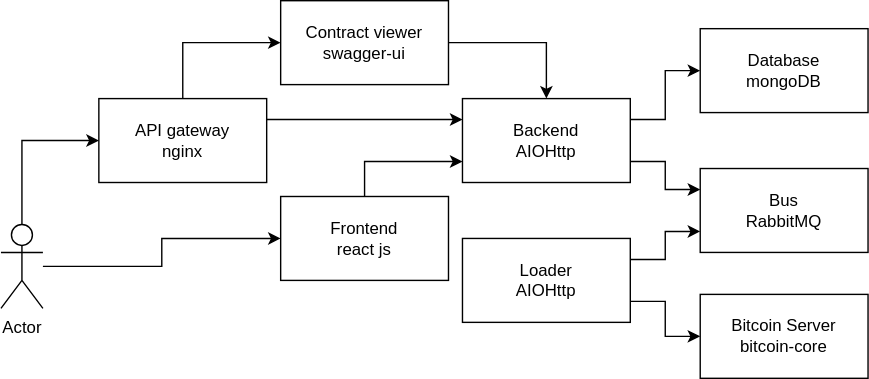
mas-student/softwarearchitect-2019-11-explorer keeps this draw.io diagram as architecture.svg. Above is the earlier version. Source tidied: cells renumbered, new cells last; positions are measured from the earlier drawing's top-left corner, leaving out a move shared by most shapes.
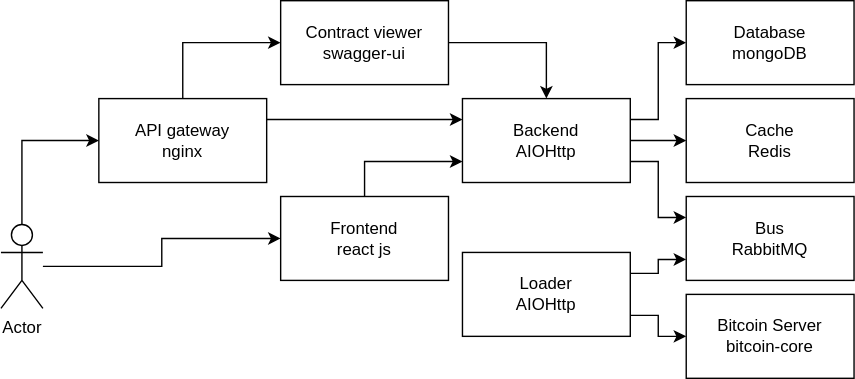
The same file after the commit.

Diff of the diagram source:
```diff
@@ -23,6 +23,9 @@
     <mxCell id="8" style="edgeStyle=orthogonalEdgeStyle;rounded=0;jettySize=auto;html=1;exitX=1;exitY=0.75;exitDx=0;exitDy=0;entryX=0;entryY=0.25;entryDx=0;entryDy=0;" parent="1" edge="1" source="9" target="14">
       <mxGeometry relative="1" as="geometry" />
     </mxCell>
+    <mxCell id="21" style="edgeStyle=orthogonalEdgeStyle;rounded=0;jettySize=auto;html=1;exitX=1;exitY=0.5;exitDx=0;exitDy=0;entryX=0;entryY=0.5;entryDx=0;entryDy=0;" parent="1" edge="1" source="9" target="22">
+      <mxGeometry relative="1" as="geometry" />
+    </mxCell>
     <mxCell id="9" value="&lt;div&gt;Backend&lt;/div&gt;&lt;div&gt;AIOHttp&lt;br&gt;&lt;/div&gt;" style="rounded=0;whiteSpace=wrap;html=1;" parent="1" vertex="1">
       <mxGeometry x="330" y="70" width="120" height="60" as="geometry" />
     </mxCell>
@@ -36,10 +39,10 @@
       <mxGeometry y="160" width="30" height="60" as="geometry" />
     </mxCell>
     <mxCell id="13" value="&lt;div&gt;Database&lt;/div&gt;&lt;div&gt;mongoDB&lt;br&gt;&lt;/div&gt;" style="rounded=0;whiteSpace=wrap;html=1;" parent="1" vertex="1">
-      <mxGeometry x="500" y="20" width="120" height="60" as="geometry" />
+      <mxGeometry x="490" width="120" height="60" as="geometry" />
     </mxCell>
     <mxCell id="14" value="&lt;div&gt;B&lt;span&gt;us&lt;/span&gt;&lt;/div&gt;&lt;div&gt;RabbitMQ&lt;/div&gt;" style="rounded=0;whiteSpace=wrap;html=1;" parent="1" vertex="1">
-      <mxGeometry x="500" y="120" width="120" height="60" as="geometry" />
+      <mxGeometry x="490" y="140" width="120" height="60" as="geometry" />
     </mxCell>
     <mxCell id="15" style="edgeStyle=orthogonalEdgeStyle;rounded=0;jettySize=auto;html=1;exitX=1;exitY=0.25;exitDx=0;exitDy=0;entryX=0;entryY=0.75;entryDx=0;entryDy=0;" parent="1" edge="1" source="17" target="14">
       <mxGeometry relative="1" as="geometry" />
@@ -48,10 +51,10 @@
       <mxGeometry relative="1" as="geometry" />
     </mxCell>
     <mxCell id="17" value="&lt;div&gt;&lt;span&gt;Loader&lt;/span&gt;&lt;/div&gt;&lt;div&gt;AIOHttp&lt;br&gt;&lt;/div&gt;" style="rounded=0;whiteSpace=wrap;html=1;" parent="1" vertex="1">
-      <mxGeometry x="330" y="170" width="120" height="60" as="geometry" />
+      <mxGeometry x="330" y="180" width="120" height="60" as="geometry" />
     </mxCell>
     <mxCell id="18" value="&lt;div&gt;Bitcoin Server&lt;br&gt;&lt;/div&gt;&lt;div&gt;bitcoin-core&lt;/div&gt;" style="rounded=0;whiteSpace=wrap;html=1;" parent="1" vertex="1">
-      <mxGeometry x="500" y="210" width="120" height="60" as="geometry" />
+      <mxGeometry x="490" y="210" width="120" height="60" as="geometry" />
     </mxCell>
     <mxCell id="19" style="edgeStyle=orthogonalEdgeStyle;rounded=0;jettySize=auto;html=1;entryX=0;entryY=0.75;entryDx=0;entryDy=0;exitX=0.5;exitY=0;exitDx=0;exitDy=0;" parent="1" edge="1" source="20" target="9">
       <mxGeometry relative="1" as="geometry" />
@@ -59,5 +62,8 @@
     <mxCell id="20" value="&lt;div&gt;Frontend&lt;br&gt;&lt;/div&gt;&lt;div&gt;react js&lt;/div&gt;" style="rounded=0;whiteSpace=wrap;html=1;" parent="1" vertex="1">
       <mxGeometry x="200" y="140" width="120" height="60" as="geometry" />
     </mxCell>
+    <mxCell id="22" value="&lt;div&gt;Cache&lt;/div&gt;&lt;div&gt;Redis&lt;/div&gt;" style="rounded=0;whiteSpace=wrap;html=1;" parent="1" vertex="1">
+      <mxGeometry x="490" y="70" width="120" height="60" as="geometry" />
+    </mxCell>
   </root>
 </mxGraphModel>
```
